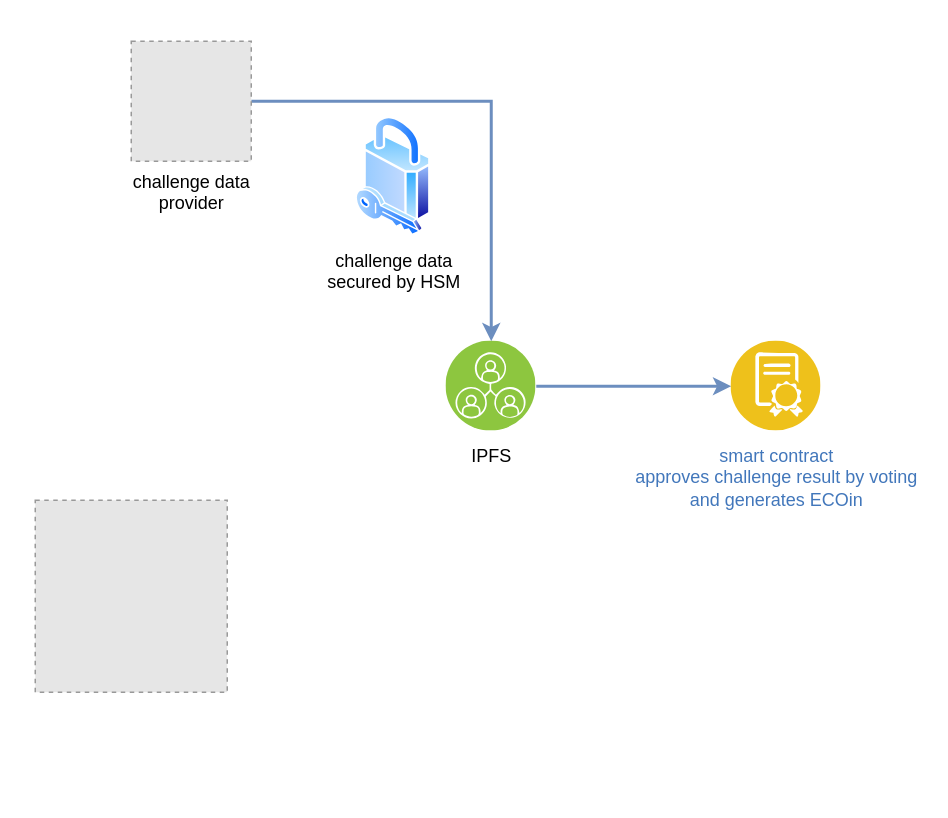
This is Unbenanntes Diagramm.drawio from froid1911/ethberlinzwei-greencity, a draw.io file, before an edit. Source tidied: cells renumbered, new cells numbered last; positions are measured from the earlier drawing's top-left corner, leaving out a move shared by most shapes. Both pictures are drawn from the tidied source at 150%, with x=0, y=0 at pixel (34, 40). Pictures stored in the file or linked from it are replaced by grey dashed boxes.
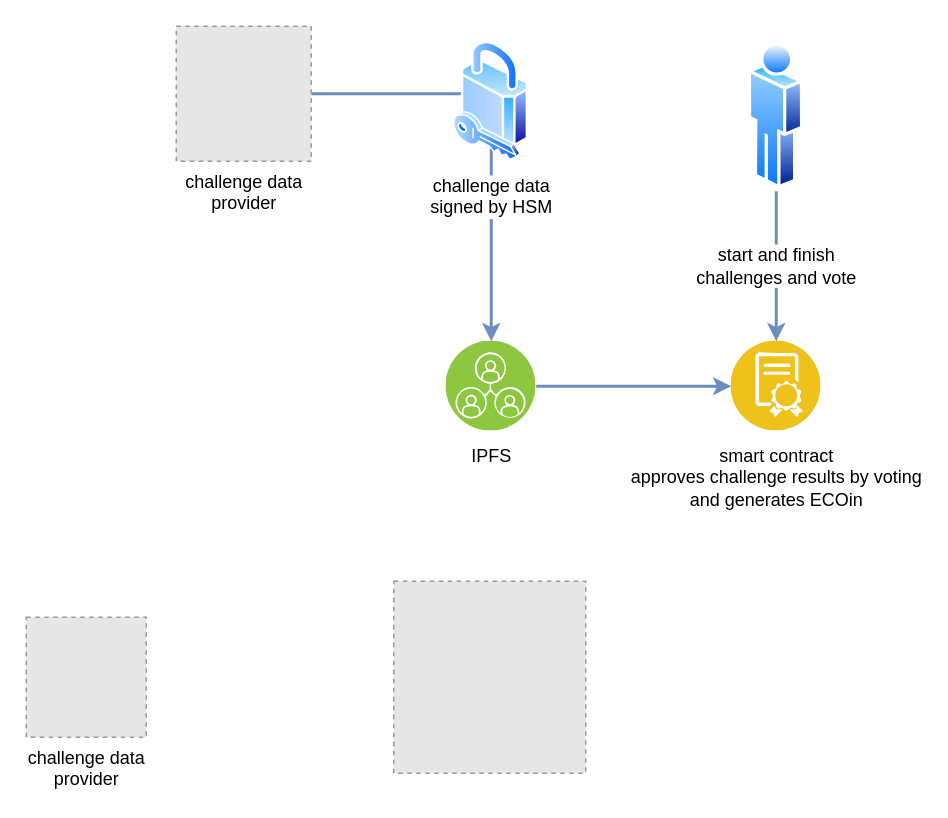
Above is the later version.

Commit message:
update after review with the boss. not finished yet.

What changed in the source:
```diff
@@
 <mxGraphModel>
   <root>
     <mxCell id="0" />
     <mxCell id="1" parent="0" />
-    <mxCell id="2" value="&lt;div&gt;challenge data&lt;/div&gt;&lt;div&gt;secured by HSM&lt;/div&gt;" style="perimeter=ellipsePerimeter;html=1;align=center;shadow=0;dashed=0;spacingTop=3;image;image=img/lib/active_directory/security.svg;" parent="1" vertex="1">
-      <mxGeometry x="214" y="50" width="50" height="80" as="geometry" />
-    </mxCell>
-    <mxCell id="3" style="edgeStyle=orthogonalEdgeStyle;rounded=0;jettySize=auto;html=1;fillColor=#dae8fc;strokeColor=#6c8ebf;jumpSize=6;strokeWidth=2;" parent="1" edge="1" source="4" target="7">
+    <mxCell id="3" style="edgeStyle=orthogonalEdgeStyle;rounded=0;jettySize=auto;html=1;fillColor=#dae8fc;strokeColor=#6c8ebf;jumpSize=6;strokeWidth=2;" parent="1" edge="1" source="9" target="7">
       <mxGeometry relative="1" as="geometry" />
     </mxCell>
     <mxCell id="4" value="&lt;div&gt;challenge data&lt;/div&gt;&lt;div&gt;provider&lt;/div&gt;" style="fillColor=#E6E6E6;strokeColor=#999999;dashed=1;html=1;verticalAlign=top;verticalLabelPosition=bottom;labelBackgroundColor=#ffffff;" parent="1" vertex="1">
-      <mxGeometry x="64" width="80" height="80" as="geometry" />
+      <mxGeometry x="-6" y="384" width="80" height="80" as="geometry" />
     </mxCell>
     <mxCell id="5" style="fillColor=#E6E6E6;strokeColor=#999999;dashed=1;html=1;verticalAlign=top;verticalLabelPosition=bottom;labelBackgroundColor=#ffffff;" parent="1" vertex="1">
-      <mxGeometry y="306" width="128" height="128" as="geometry" />
+      <mxGeometry x="239" y="360" width="128" height="128" as="geometry" />
     </mxCell>
     <mxCell id="6" style="edgeStyle=orthogonalEdgeStyle;rounded=0;jumpSize=6;jettySize=auto;html=1;strokeWidth=2;fontSize=12;fontColor=#000000;strokeColor=#6C8EBF;" parent="1" edge="1" source="7" target="8">
       <mxGeometry relative="1" as="geometry" />
     </mxCell>
     <mxCell id="7" value="IPFS" style="perimeter=ellipsePerimeter;html=1;align=center;shadow=0;dashed=0;fontColor=#000000;labelBackgroundColor=#ffffff;fontSize=12;spacingTop=3;image;image=img/lib/ibm/infrastructure/peer_services.svg;" parent="1" vertex="1">
       <mxGeometry x="274" y="200" width="60" height="60" as="geometry" />
     </mxCell>
-    <mxCell id="8" value="&lt;div&gt;smart contract&lt;/div&gt;&lt;div&gt;approves challenge result by voting&lt;/div&gt;&lt;div&gt;and generates ECOin&lt;/div&gt;" style="perimeter=ellipsePerimeter;html=1;align=center;shadow=0;dashed=0;fontColor=#4277BB;labelBackgroundColor=#ffffff;fontSize=12;spacingTop=3;image;image=img/lib/ibm/blockchain/smart_contract.svg;" parent="1" vertex="1">
+    <mxCell id="8" value="&lt;div&gt;smart contract&lt;/div&gt;&lt;div&gt;approves challenge results by voting&lt;/div&gt;&lt;div&gt;and generates ECOin&lt;/div&gt;" style="perimeter=ellipsePerimeter;html=1;align=center;shadow=0;dashed=0;fontColor=#000000;labelBackgroundColor=#ffffff;fontSize=12;spacingTop=3;image;image=img/lib/ibm/blockchain/smart_contract.svg;" parent="1" vertex="1">
       <mxGeometry x="464" y="200" width="60" height="60" as="geometry" />
     </mxCell>
+    <mxCell id="2" value="&lt;div&gt;challenge data&lt;/div&gt;&lt;div&gt;signed by HSM&lt;/div&gt;" style="perimeter=ellipsePerimeter;html=1;align=center;shadow=0;dashed=0;spacingTop=3;image;image=img/lib/active_directory/security.svg;" parent="1" vertex="1">
+      <mxGeometry x="279" width="50" height="80" as="geometry" />
+    </mxCell>
+    <mxCell id="9" value="&lt;div&gt;challenge data&lt;/div&gt;&lt;div&gt;provider&lt;/div&gt;" style="fillColor=#E6E6E6;strokeColor=#999999;dashed=1;html=1;verticalAlign=top;verticalLabelPosition=bottom;labelBackgroundColor=#ffffff;fontSize=12;fontColor=#000000;" parent="1" vertex="1">
+      <mxGeometry x="94" y="-10" width="90" height="90" as="geometry" />
+    </mxCell>
+    <mxCell id="10" value="&lt;div&gt;start and finish&lt;br&gt;&lt;/div&gt;&lt;div&gt;challenges and vote&lt;br&gt;&lt;/div&gt;" style="edgeStyle=orthogonalEdgeStyle;rounded=0;jumpSize=6;jettySize=auto;html=1;strokeColor=#6C8EBF;strokeWidth=2;fontSize=12;fontColor=#000000;" parent="1" edge="1" source="11" target="8">
+      <mxGeometry relative="1" as="geometry" />
+    </mxCell>
+    <mxCell id="11" style="perimeter=ellipsePerimeter;html=1;align=center;shadow=0;dashed=0;spacingTop=3;image;image=img/lib/active_directory/user.svg;fontSize=12;fontColor=#000000;" parent="1" vertex="1">
+      <mxGeometry x="475.5" width="37" height="100" as="geometry" />
+    </mxCell>
   </root>
 </mxGraphModel>
```
